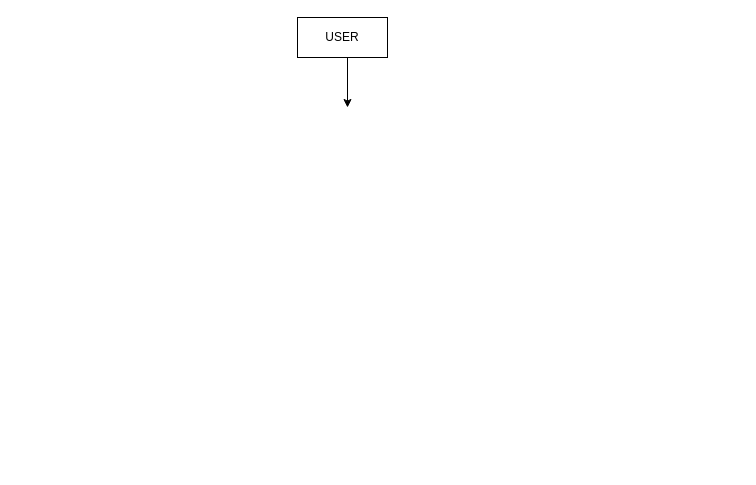
ardiansyah70/Repository-ridwan keeps this draw.io diagram as page "Page-1" (1 of 2) of Untitled Diagram.drawio. Above is the earlier version. Source tidied: cells renumbered, new cells numbered last; positions are measured from the earlier drawing's top-left corner, leaving out a move shared by most shapes. Both pictures are drawn from the tidied source at 100%, with x=0, y=0 at pixel (297, 17).
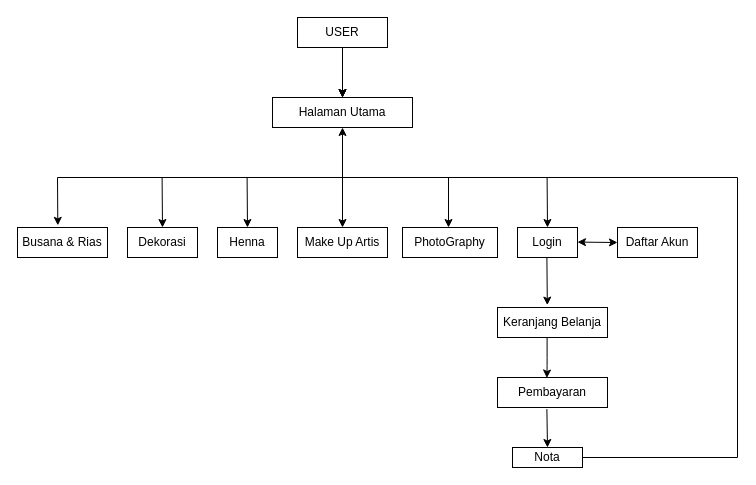
After the change.

The edit, as a diff of the source:
```diff
@@
+    <mxCell id="4" style="edgeStyle=orthogonalEdgeStyle;curved=0;rounded=1;sketch=0;jettySize=auto;html=1;" parent="1" edge="1" source="2" target="6">
+      <mxGeometry relative="1" as="geometry" />
+    </mxCell>
+    <mxCell id="5" style="edgeStyle=orthogonalEdgeStyle;curved=0;rounded=1;sketch=0;jettySize=auto;html=1;" parent="1" edge="1" source="2" target="6">
+      <mxGeometry relative="1" as="geometry" />
+    </mxCell>
     <mxCell id="2" value="USER" style="rounded=0;whiteSpace=wrap;html=1;" parent="1" vertex="1">
-      <mxGeometry width="90" height="40" as="geometry" />
+      <mxGeometry width="90" height="30" as="geometry" />
     </mxCell>
-    <mxCell id="3" style="endArrow=classic;html=1;" parent="1" edge="1">
+    <mxCell id="3" style="endArrow=classic;html=1;entryX=0.5;entryY=0;entryDx=0;entryDy=0;" parent="1" edge="1" source="2" target="6">
       <mxGeometry relative="1" as="geometry">
-        <mxPoint x="50" y="40" as="sourcePoint" />
-        <mxPoint x="50" y="90" as="targetPoint" />
+        <Array as="points">
+          <mxPoint x="45" y="60" />
+        </Array>
       </mxGeometry>
     </mxCell>
+    <mxCell id="6" value="Halaman Utama" style="rounded=0;whiteSpace=wrap;html=1;" parent="1" vertex="1">
+      <mxGeometry x="-25" y="80" width="140" height="30" as="geometry" />
+    </mxCell>
+    <mxCell id="7" style="endArrow=classic;startArrow=classic;html=1;entryX=0.5;entryY=1;entryDx=0;entryDy=0;exitX=0.5;exitY=0;exitDx=0;exitDy=0;" parent="1" edge="1" source="15" target="6">
+      <mxGeometry relative="1" as="geometry" />
+    </mxCell>
+    <mxCell id="8" style="endArrow=none;html=1;" parent="1" edge="1">
+      <mxGeometry relative="1" as="geometry">
+        <mxPoint x="-240" y="160" as="sourcePoint" />
+        <mxPoint x="440" y="160" as="targetPoint" />
+      </mxGeometry>
+    </mxCell>
+    <mxCell id="9" style="endArrow=classic;html=1;entryX=0.448;entryY=-0.072;entryDx=0;entryDy=0;entryPerimeter=0;" parent="1" edge="1" target="10">
+      <mxGeometry relative="1" as="geometry">
+        <mxPoint x="-240" y="160" as="sourcePoint" />
+      </mxGeometry>
+    </mxCell>
+    <mxCell id="10" value="&lt;font face=&quot;arial&quot;&gt;Busana &amp;amp; Rias&lt;/font&gt;" style="rounded=0;whiteSpace=wrap;html=1;" parent="1" vertex="1">
+      <mxGeometry x="-280" y="210" width="90" height="30" as="geometry" />
+    </mxCell>
+    <mxCell id="11" style="endArrow=classic;html=1;entryX=0.5;entryY=0;entryDx=0;entryDy=0;" parent="1" edge="1" target="12">
+      <mxGeometry relative="1" as="geometry">
+        <mxPoint x="-135.4" y="160" as="sourcePoint" />
+      </mxGeometry>
+    </mxCell>
+    <mxCell id="12" value="Dekorasi" style="rounded=0;whiteSpace=wrap;html=1;sketch=0;" parent="1" vertex="1">
+      <mxGeometry x="-170" y="210" width="70" height="30" as="geometry" />
+    </mxCell>
+    <mxCell id="13" style="endArrow=classic;html=1;entryX=0.5;entryY=0;entryDx=0;entryDy=0;" parent="1" edge="1" target="14">
+      <mxGeometry relative="1" as="geometry">
+        <mxPoint x="-50.4" y="160" as="sourcePoint" />
+      </mxGeometry>
+    </mxCell>
+    <mxCell id="14" value="Henna" style="rounded=0;whiteSpace=wrap;html=1;sketch=0;" parent="1" vertex="1">
+      <mxGeometry x="-80" y="210" width="60" height="30" as="geometry" />
+    </mxCell>
+    <mxCell id="15" value="Make Up Artis" style="rounded=0;whiteSpace=wrap;html=1;sketch=0;" parent="1" vertex="1">
+      <mxGeometry y="210" width="90" height="30" as="geometry" />
+    </mxCell>
+    <mxCell id="16" style="endArrow=classic;html=1;" parent="1" edge="1">
+      <mxGeometry relative="1" as="geometry">
+        <mxPoint x="151" y="160" as="sourcePoint" />
+        <mxPoint x="151" y="210" as="targetPoint" />
+      </mxGeometry>
+    </mxCell>
+    <mxCell id="17" value="PhotoGraphy" style="rounded=0;whiteSpace=wrap;html=1;sketch=0;" parent="1" vertex="1">
+      <mxGeometry x="105" y="210" width="95" height="30" as="geometry" />
+    </mxCell>
+    <mxCell id="18" style="endArrow=classic;html=1;entryX=0.5;entryY=0;entryDx=0;entryDy=0;" parent="1" edge="1" target="19">
+      <mxGeometry relative="1" as="geometry">
+        <mxPoint x="249.6" y="160" as="sourcePoint" />
+      </mxGeometry>
+    </mxCell>
+    <mxCell id="19" value="Login" style="rounded=0;whiteSpace=wrap;html=1;sketch=0;" parent="1" vertex="1">
+      <mxGeometry x="220" y="210" width="60" height="30" as="geometry" />
+    </mxCell>
+    <mxCell id="20" style="endArrow=classic;startArrow=classic;html=1;entryX=0;entryY=0.5;entryDx=0;entryDy=0;" parent="1" edge="1" target="21">
+      <mxGeometry relative="1" as="geometry">
+        <mxPoint x="280" y="224.6" as="sourcePoint" />
+      </mxGeometry>
+    </mxCell>
+    <mxCell id="21" value="Daftar Akun" style="rounded=0;whiteSpace=wrap;html=1;sketch=0;" parent="1" vertex="1">
+      <mxGeometry x="320" y="210" width="80" height="30" as="geometry" />
+    </mxCell>
+    <mxCell id="22" style="endArrow=classic;html=1;entryX=0.453;entryY=-0.08;entryDx=0;entryDy=0;entryPerimeter=0;" parent="1" edge="1" target="23">
+      <mxGeometry relative="1" as="geometry">
+        <mxPoint x="249.4" y="240" as="sourcePoint" />
+      </mxGeometry>
+    </mxCell>
+    <mxCell id="23" value="Keranjang Belanja" style="rounded=0;whiteSpace=wrap;html=1;sketch=0;" parent="1" vertex="1">
+      <mxGeometry x="200" y="290" width="110" height="30" as="geometry" />
+    </mxCell>
+    <mxCell id="24" style="edgeStyle=orthogonalEdgeStyle;curved=0;rounded=1;sketch=0;orthogonalLoop=1;jettySize=auto;html=1;exitX=0.5;exitY=1;exitDx=0;exitDy=0;" parent="1" edge="1" source="23" target="23">
+      <mxGeometry relative="1" as="geometry" />
+    </mxCell>
+    <mxCell id="25" style="endArrow=classic;html=1;entryX=0.449;entryY=0.017;entryDx=0;entryDy=0;entryPerimeter=0;" parent="1" edge="1" target="26">
+      <mxGeometry relative="1" as="geometry">
+        <mxPoint x="249.6" y="320" as="sourcePoint" />
+        <Array as="points">
+          <mxPoint x="249.6" y="350" />
+        </Array>
+      </mxGeometry>
+    </mxCell>
+    <mxCell id="26" value="Pembayaran" style="rounded=0;whiteSpace=wrap;html=1;sketch=0;" parent="1" vertex="1">
+      <mxGeometry x="200" y="360" width="110" height="30" as="geometry" />
+    </mxCell>
+    <mxCell id="27" value="Nota" style="rounded=0;whiteSpace=wrap;html=1;sketch=0;" parent="1" vertex="1">
+      <mxGeometry x="215" y="430" width="70" height="20" as="geometry" />
+    </mxCell>
+    <mxCell id="28" style="endArrow=classic;html=1;exitX=0.449;exitY=1.054;exitDx=0;exitDy=0;exitPerimeter=0;entryX=0.5;entryY=0;entryDx=0;entryDy=0;" parent="1" edge="1" source="26" target="27">
+      <mxGeometry relative="1" as="geometry" />
+    </mxCell>
+    <mxCell id="29" style="endArrow=none;html=1;verticalAlign=middle;" parent="1" edge="1">
+      <mxGeometry relative="1" as="geometry">
+        <mxPoint x="440" y="440" as="sourcePoint" />
+        <mxPoint x="440" y="160" as="targetPoint" />
+      </mxGeometry>
+    </mxCell>
+    <mxCell id="30" style="endArrow=none;html=1;" parent="1" edge="1" source="27">
+      <mxGeometry relative="1" as="geometry">
+        <mxPoint x="440" y="440" as="targetPoint" />
+      </mxGeometry>
+    </mxCell>
```
